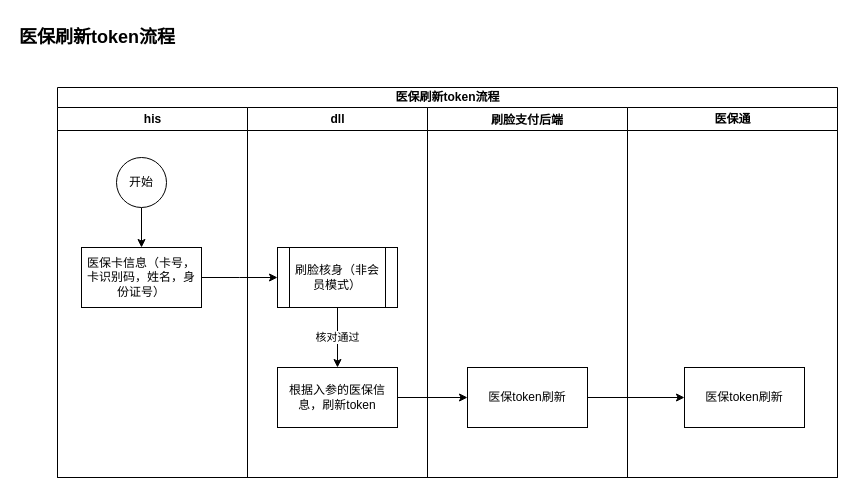
The draw.io diagram zdpt/医保刷新token流程.drawio in zhangwenhuad/visio, before the edit. Source tidied: cells renumbered, new cells numbered last; positions are measured from the earlier drawing's top-left corner, leaving out a move shared by most shapes. Both pictures are drawn from the tidied source at 100%, with x=0, y=0 at pixel (17, 17).
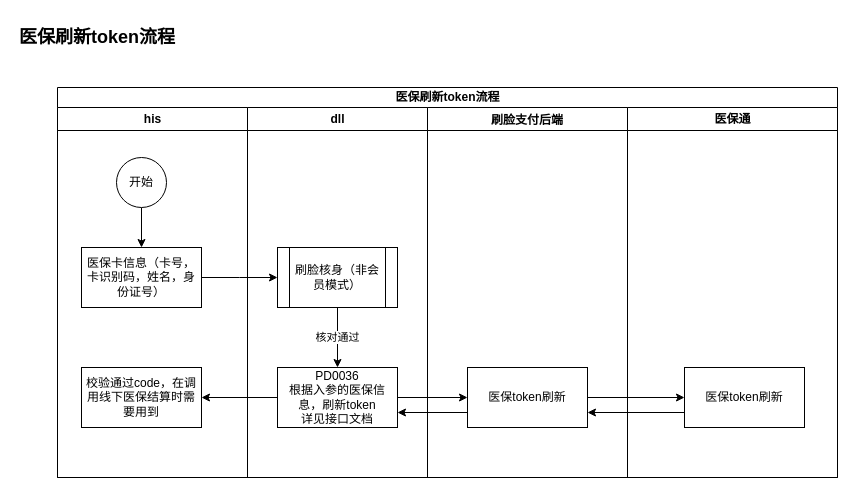
The same diagram, later.

Commit message:
Update 医保刷新token流程.drawio

The change refers to these unchanged cells:
```xml
<mxCell id="2" value="医保刷新token流程" style="swimlane;html=1;startSize=20;" parent="1" vertex="1">
  <mxGeometry x="40" y="70" width="780" height="390" as="geometry" />
</mxCell>
<mxCell id="3" value="his" style="swimlane;html=1;startSize=23;" parent="2" vertex="1">
  <mxGeometry y="20" width="190" height="370" as="geometry" />
</mxCell>
<mxCell id="7" value="dll" style="swimlane;html=1;startSize=23;" parent="2" vertex="1">
  <mxGeometry x="190" y="20" width="180" height="370" as="geometry" />
</mxCell>
<mxCell id="12" value="医保token刷新" style="rounded=0;whiteSpace=wrap;html=1;" parent="11" vertex="1">
  <mxGeometry x="40" y="260" width="120" height="60" as="geometry" />
</mxCell>
<mxCell id="15" value="医保token刷新" style="rounded=0;whiteSpace=wrap;html=1;" parent="14" vertex="1">
  <mxGeometry x="57" y="260" width="120" height="60" as="geometry" />
</mxCell>
```

Change to the diagram source:
```diff
@@
+    <mxCell id="19" value="校验通过code，在调用线下医保结算时需要用到" style="rounded=0;whiteSpace=wrap;html=1;" parent="3" vertex="1">
+      <mxGeometry x="24" y="260" width="120" height="60" as="geometry" />
+    </mxCell>
@@
-    <mxCell id="10" value="根据入参的医保信息，刷新token" style="rounded=0;whiteSpace=wrap;html=1;" parent="7" vertex="1">
+    <mxCell id="10" value="PD0036&lt;br&gt;根据入参的医保信息，刷新token&lt;br&gt;详见接口文档" style="rounded=0;whiteSpace=wrap;html=1;" parent="7" vertex="1">
       <mxGeometry x="30" y="260" width="120" height="60" as="geometry" />
     </mxCell>
@@
+    <mxCell id="20" style="edgeStyle=orthogonalEdgeStyle;rounded=0;jettySize=auto;html=1;exitX=0;exitY=0.75;exitDx=0;exitDy=0;entryX=1;entryY=0.75;entryDx=0;entryDy=0;" parent="2" edge="1" source="15" target="12">
+      <mxGeometry relative="1" as="geometry" />
+    </mxCell>
+    <mxCell id="21" style="edgeStyle=orthogonalEdgeStyle;rounded=0;jettySize=auto;html=1;exitX=0;exitY=0.75;exitDx=0;exitDy=0;entryX=1;entryY=0.75;entryDx=0;entryDy=0;" parent="2" edge="1" source="12" target="10">
+      <mxGeometry relative="1" as="geometry" />
+    </mxCell>
+    <mxCell id="22" style="edgeStyle=orthogonalEdgeStyle;rounded=0;jettySize=auto;html=1;exitX=0;exitY=0.5;exitDx=0;exitDy=0;" parent="2" edge="1" source="10" target="19">
+      <mxGeometry relative="1" as="geometry" />
+    </mxCell>
```
